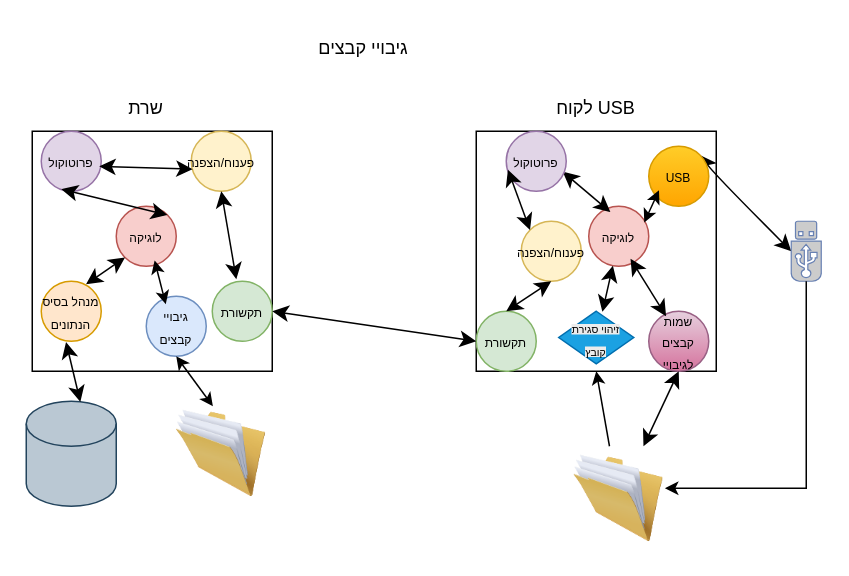
This is draws/draw actions/גיבויי קבצים.drawio from Eyalen22/Project, a draw.io file, before an edit. Source tidied: cells renumbered, new cells numbered last; positions are measured from the earlier drawing's top-left corner, leaving out a move shared by most shapes. Both pictures are drawn from the tidied source at 150%, with x=0, y=0 at pixel (26, 26).
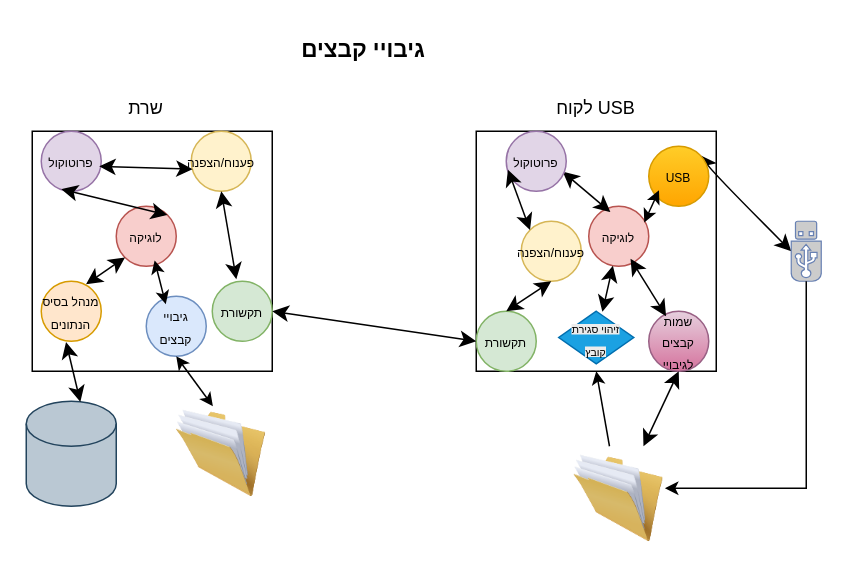
The same page after the edit.

Diff of the diagram source:
```diff
@@
-    <mxCell id="2" value="גיבויי קבצים" style="text;html=1;whiteSpace=wrap;strokeColor=none;fillColor=none;align=center;verticalAlign=middle;rounded=0;" parent="1" vertex="1">
+    <mxCell id="2" value="&lt;font style=&quot;font-size: 15px;&quot;&gt;&lt;b&gt;גיבויי קבצים&lt;/b&gt;&lt;/font&gt;" style="text;html=1;whiteSpace=wrap;strokeColor=none;fillColor=none;align=center;verticalAlign=middle;rounded=0;" parent="1" vertex="1">
       <mxGeometry x="150" width="150" height="30" as="geometry" />
     </mxCell>
```
